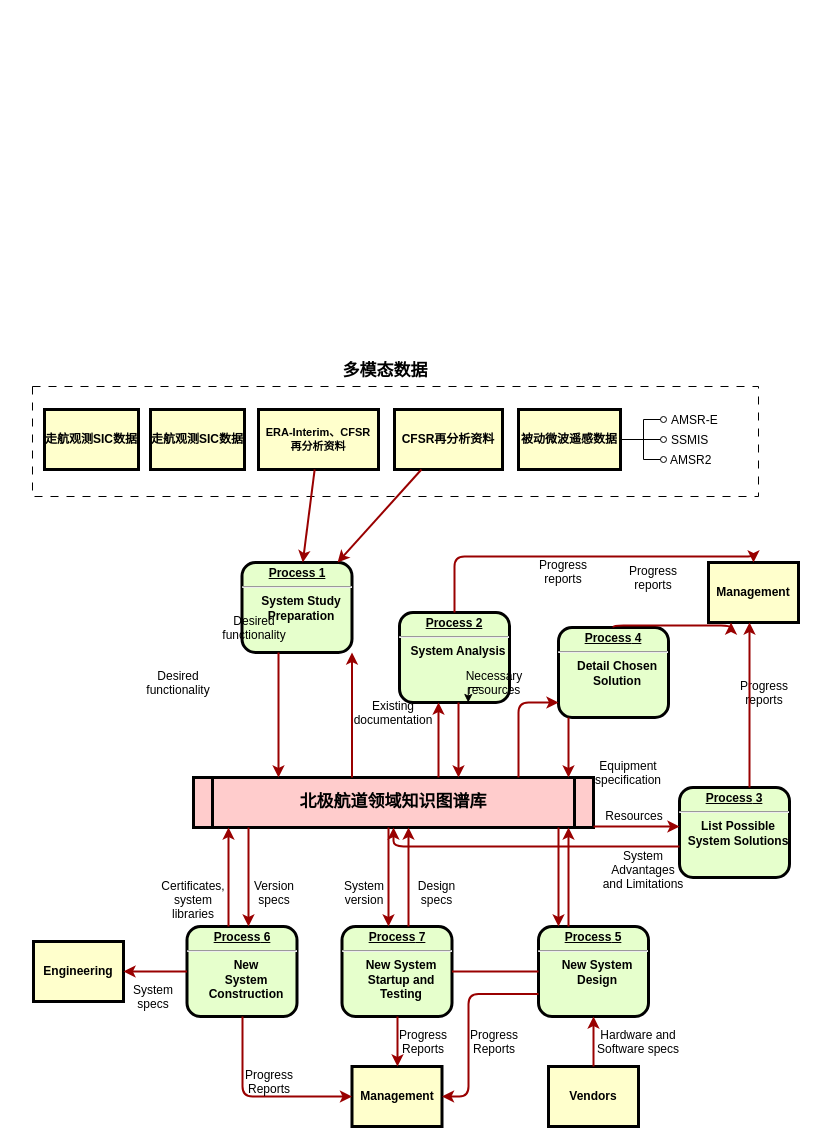
Above: 北极航道.drawio in huxinkan517/DRAW.IO (draw.io), before the change. Source tidied: cells renumbered, new cells numbered last; positions are measured from the earlier drawing's top-left corner, leaving out a move shared by most shapes. Both pictures are drawn from the tidied source at 100%, with x=0, y=0 at pixel (32, 356). Pictures stored in the file or linked from it are replaced by grey dashed boxes.
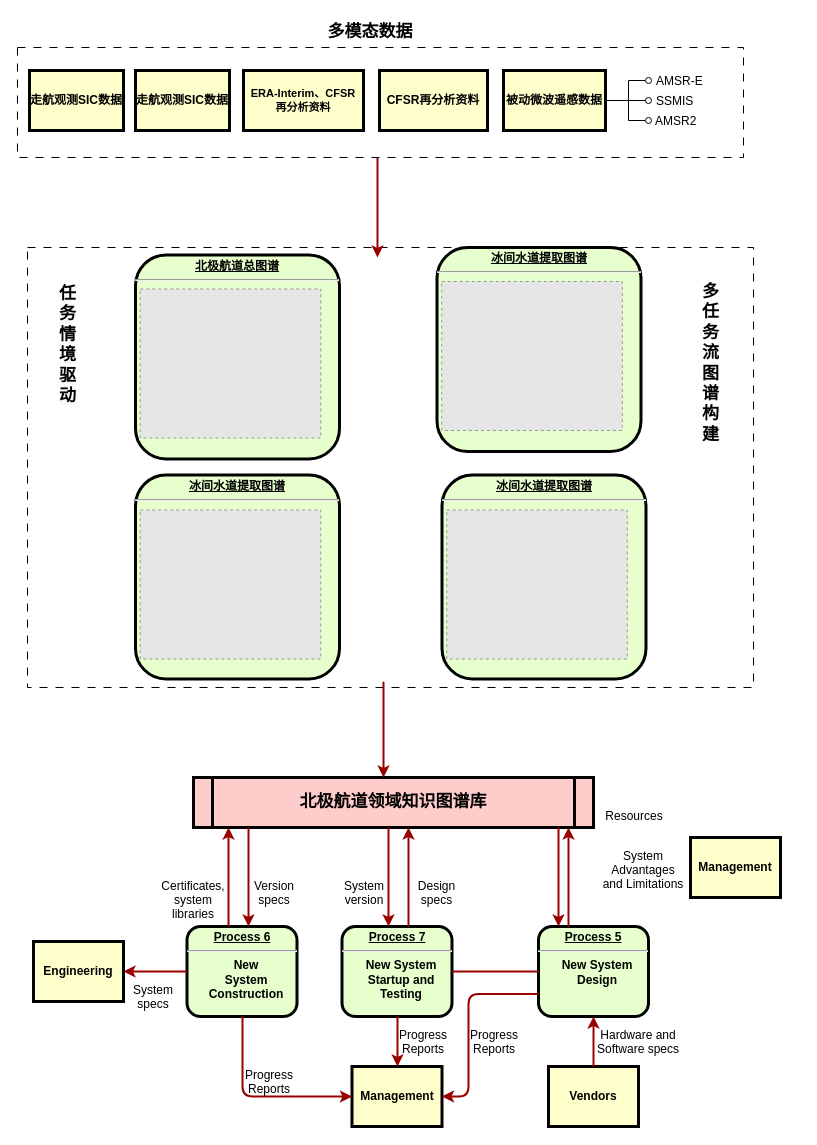
The same page after the edit.

Commit message (it also covers changes not shown here):
更新北极航道.drawio

Unchanged cells that the change refers to:
```xml
<mxCell id="6" value="北极航道领域知识图谱库" style="shape=process;whiteSpace=wrap;align=center;verticalAlign=middle;size=0.0475;fontStyle=1;strokeWidth=3;fillColor=#FFCCCC;fontSize=17;" parent="1" vertex="1">
  <mxGeometry x="161" y="421" width="400" height="50" as="geometry" />
</mxCell>
```

Diff of the diagram source:
```diff
@@
+    <mxCell id="73" style="rounded=0;whiteSpace=wrap;html=1;strokeColor=default;dashed=1;dashPattern=8 8;" parent="1" vertex="1">
+      <mxGeometry x="-5" y="-109" width="726" height="440" as="geometry" />
+    </mxCell>
     <mxCell id="2" style="rounded=0;whiteSpace=wrap;html=1;strokeColor=default;dashed=1;dashPattern=8 8;" parent="1" vertex="1">
-      <mxGeometry y="30" width="726" height="110" as="geometry" />
+      <mxGeometry x="-15" y="-309" width="726" height="110" as="geometry" />
     </mxCell>
-    <mxCell id="3" value="&lt;p style=&quot;margin: 0px; margin-top: 4px; text-align: center; text-decoration: underline;&quot;&gt;&lt;strong&gt;Process 1&lt;br /&gt;&lt;/strong&gt;&lt;/p&gt;&lt;hr /&gt;&lt;p style=&quot;margin: 0px; margin-left: 8px;&quot;&gt;System Study&lt;/p&gt;&lt;p style=&quot;margin: 0px; margin-left: 8px;&quot;&gt;Preparation&lt;/p&gt;" style="verticalAlign=middle;align=center;overflow=fill;fontSize=12;fontFamily=Helvetica;html=1;rounded=1;fontStyle=1;strokeWidth=3;fillColor=#E6FFCC;" parent="1" vertex="1">
-      <mxGeometry x="209.5" y="206" width="110" height="90" as="geometry" />
-    </mxCell>
     <mxCell id="4" value="ERA-Interim、CFSR&#10;再分析资料" style="whiteSpace=wrap;align=center;verticalAlign=middle;fontStyle=1;strokeWidth=3;fillColor=#FFFFCC;fontSize=11;" parent="1" vertex="1">
-      <mxGeometry x="226" y="53" width="120" height="60" as="geometry" />
+      <mxGeometry x="211" y="-286" width="120" height="60" as="geometry" />
     </mxCell>
     <mxCell id="5" value="CFSR再分析资料" style="whiteSpace=wrap;align=center;verticalAlign=middle;fontStyle=1;strokeWidth=3;fillColor=#FFFFCC;fontSize=12;" parent="1" vertex="1">
-      <mxGeometry x="362" y="53" width="108" height="60" as="geometry" />
+      <mxGeometry x="347" y="-286" width="108" height="60" as="geometry" />
     </mxCell>
@@
-    <mxCell id="7" value="&lt;p style=&quot;margin: 0px; margin-top: 4px; text-align: center; text-decoration: underline;&quot;&gt;&lt;strong&gt;Process 2&lt;br /&gt;&lt;/strong&gt;&lt;/p&gt;&lt;hr /&gt;&lt;p style=&quot;margin: 0px; margin-left: 8px;&quot;&gt;System Analysis&lt;/p&gt;" style="verticalAlign=middle;align=center;overflow=fill;fontSize=12;fontFamily=Helvetica;html=1;rounded=1;fontStyle=1;strokeWidth=3;fillColor=#E6FFCC;" parent="1" vertex="1">
-      <mxGeometry x="367" y="256" width="110" height="90" as="geometry" />
-    </mxCell>
-    <mxCell id="8" value="&lt;p style=&quot;margin: 0px; margin-top: 4px; text-align: center; text-decoration: underline;&quot;&gt;&lt;strong&gt;&lt;strong&gt;Process&lt;/strong&gt; 3&lt;br /&gt;&lt;/strong&gt;&lt;/p&gt;&lt;hr /&gt;&lt;p style=&quot;margin: 0px; margin-left: 8px;&quot;&gt;List Possible&lt;/p&gt;&lt;p style=&quot;margin: 0px; margin-left: 8px;&quot;&gt;System Solutions&lt;/p&gt;" style="verticalAlign=middle;align=center;overflow=fill;fontSize=12;fontFamily=Helvetica;html=1;rounded=1;fontStyle=1;strokeWidth=3;fillColor=#E6FFCC;" parent="1" vertex="1">
-      <mxGeometry x="647" y="431" width="110" height="90" as="geometry" />
-    </mxCell>
-    <mxCell id="9" value="&lt;p style=&quot;margin: 0px; margin-top: 4px; text-align: center; text-decoration: underline;&quot;&gt;&lt;strong&gt;&lt;strong&gt;Process&lt;/strong&gt; 4&lt;br /&gt;&lt;/strong&gt;&lt;/p&gt;&lt;hr /&gt;&lt;p style=&quot;margin: 0px; margin-left: 8px;&quot;&gt;Detail Chosen&lt;/p&gt;&lt;p style=&quot;margin: 0px; margin-left: 8px;&quot;&gt;Solution&lt;/p&gt;" style="verticalAlign=middle;align=center;overflow=fill;fontSize=12;fontFamily=Helvetica;html=1;rounded=1;fontStyle=1;strokeWidth=3;fillColor=#E6FFCC;" parent="1" vertex="1">
-      <mxGeometry x="526" y="271" width="110" height="90" as="geometry" />
+    <mxCell id="9" value="&lt;p style=&quot;margin: 0px; margin-top: 4px; text-align: center; text-decoration: underline;&quot;&gt;&lt;strong&gt;冰间水道提取图谱&lt;/strong&gt;&lt;/p&gt;&lt;hr&gt;&lt;p style=&quot;margin: 0px; margin-left: 8px;&quot;&gt;&lt;br&gt;&lt;/p&gt;" style="verticalAlign=middle;align=center;overflow=fill;fontSize=12;fontFamily=Helvetica;html=1;rounded=1;fontStyle=1;strokeWidth=3;fillColor=#E6FFCC;" parent="1" vertex="1">
+      <mxGeometry x="404.5" y="-109" width="204" height="204" as="geometry" />
     </mxCell>
@@
     <mxCell id="12" value="Management" style="whiteSpace=wrap;align=center;verticalAlign=middle;fontStyle=1;strokeWidth=3;fillColor=#FFFFCC;" parent="1" vertex="1">
-      <mxGeometry x="676" y="206" width="90" height="60" as="geometry" />
+      <mxGeometry x="658" y="481" width="90" height="60" as="geometry" />
     </mxCell>
@@
-    <mxCell id="16" style="edgeStyle=none;noEdgeStyle=1;strokeColor=#990000;strokeWidth=2;" parent="1" edge="1" source="4" target="3">
-      <mxGeometry relative="1" as="geometry" />
+    <mxCell id="16" style="edgeStyle=none;noEdgeStyle=1;strokeColor=#990000;strokeWidth=2;" parent="1" edge="1">
+      <mxGeometry relative="1" as="geometry">
+        <mxPoint x="345" y="-199" as="sourcePoint" />
+        <mxPoint x="345" y="-99" as="targetPoint" />
+      </mxGeometry>
     </mxCell>
-    <mxCell id="17" style="edgeStyle=none;noEdgeStyle=1;strokeColor=#990000;strokeWidth=2;" parent="1" edge="1" source="5" target="3">
-      <mxGeometry relative="1" as="geometry" />
-    </mxCell>
@@
-    <mxCell id="20" value="Desired &#10;functionality" style="text;spacingTop=-5;align=center;" parent="1" vertex="1">
-      <mxGeometry x="131" y="311" width="30" height="20" as="geometry" />
-    </mxCell>
-    <mxCell id="21" value="Desired &#10;functionality" style="text;spacingTop=-5;align=center;" parent="1" vertex="1">
-      <mxGeometry x="207" y="256" width="30" height="20" as="geometry" />
-    </mxCell>
-    <mxCell id="22" style="edgeStyle=elbowEdgeStyle;elbow=horizontal;strokeColor=#990000;strokeWidth=2;" parent="1" edge="1" source="6" target="3">
-      <mxGeometry relative="1" as="geometry">
-        <Array as="points">
-          <mxPoint x="226" y="430" />
-        </Array>
-      </mxGeometry>
-    </mxCell>
-    <mxCell id="23" style="edgeStyle=elbowEdgeStyle;elbow=horizontal;strokeColor=#990000;strokeWidth=2;" parent="1" edge="1" source="3" target="6">
+    <mxCell id="23" style="edgeStyle=elbowEdgeStyle;elbow=horizontal;strokeColor=#990000;strokeWidth=2;" parent="1" edge="1">
       <mxGeometry relative="1" as="geometry">
+        <mxPoint x="351" y="351" as="sourcePoint" />
+        <mxPoint x="351" y="421" as="targetPoint" />
         <Array as="points">
-          <mxPoint x="246" y="420" />
+          <mxPoint x="351" y="321" />
         </Array>
       </mxGeometry>
     </mxCell>
-    <mxCell id="24" style="edgeStyle=elbowEdgeStyle;elbow=horizontal;strokeColor=#990000;strokeWidth=2;" parent="1" edge="1" source="6" target="7">
-      <mxGeometry relative="1" as="geometry">
-        <Array as="points">
-          <mxPoint x="406" y="370" />
-        </Array>
-      </mxGeometry>
-    </mxCell>
-    <mxCell id="25" style="edgeStyle=elbowEdgeStyle;elbow=horizontal;strokeColor=#990000;strokeWidth=2;" parent="1" edge="1" source="7" target="6">
-      <mxGeometry relative="1" as="geometry">
-        <Array as="points">
-          <mxPoint x="426" y="380" />
-        </Array>
-      </mxGeometry>
-    </mxCell>
-    <mxCell id="26" value="Existing&#10;documentation" style="text;spacingTop=-5;align=center;" parent="1" vertex="1">
-      <mxGeometry x="346" y="341" width="30" height="20" as="geometry" />
-    </mxCell>
-    <mxCell id="27" style="edgeStyle=orthogonalEdgeStyle;rounded=0;jettySize=auto;html=1;exitX=0;exitY=1;exitDx=0;exitDy=0;entryX=0.625;entryY=1;entryDx=0;entryDy=0;entryPerimeter=0;" parent="1" edge="1" source="28" target="7">
-      <mxGeometry relative="1" as="geometry" />
-    </mxCell>
-    <mxCell id="28" value="Necessary&#10;resources" style="text;spacingTop=-5;align=center;" parent="1" vertex="1">
-      <mxGeometry x="447" y="311" width="30" height="20" as="geometry" />
-    </mxCell>
-    <mxCell id="29" value="Progress&#10;reports" style="text;spacingTop=-5;align=center;" parent="1" vertex="1">
-      <mxGeometry x="516" y="200" width="30" height="20" as="geometry" />
-    </mxCell>
-    <mxCell id="30" value="Progress&#10;reports" style="text;spacingTop=-5;align=center;" parent="1" vertex="1">
-      <mxGeometry x="606" y="206" width="30" height="20" as="geometry" />
-    </mxCell>
-    <mxCell id="31" value="Progress&#10;reports" style="text;spacingTop=-5;align=center;" parent="1" vertex="1">
-      <mxGeometry x="717" y="321" width="30" height="20" as="geometry" />
-    </mxCell>
-    <mxCell id="32" style="edgeStyle=elbowEdgeStyle;elbow=horizontal;strokeColor=#990000;strokeWidth=2;" parent="1" edge="1" source="7" target="12">
-      <mxGeometry relative="1" as="geometry">
-        <Array as="points">
-          <mxPoint x="576" y="200" />
-          <mxPoint x="411" y="200" />
-        </Array>
-      </mxGeometry>
-    </mxCell>
-    <mxCell id="33" style="edgeStyle=elbowEdgeStyle;elbow=vertical;entryX=0.25;entryY=1;strokeColor=#990000;strokeWidth=2;" parent="1" edge="1" source="9" target="12">
-      <mxGeometry relative="1" as="geometry" />
-    </mxCell>
-    <mxCell id="34" style="edgeStyle=elbowEdgeStyle;elbow=horizontal;strokeColor=#990000;strokeWidth=2;" parent="1" edge="1" source="8" target="12">
-      <mxGeometry relative="1" as="geometry" />
-    </mxCell>
-    <mxCell id="35" style="edgeStyle=elbowEdgeStyle;elbow=horizontal;strokeColor=#990000;strokeWidth=2;" parent="1" edge="1" source="9" target="6">
-      <mxGeometry relative="1" as="geometry">
-        <Array as="points">
-          <mxPoint x="536" y="420" />
-        </Array>
-      </mxGeometry>
-    </mxCell>
-    <mxCell id="36" style="edgeStyle=segmentEdgeStyle;strokeColor=#990000;strokeWidth=2;" parent="1" edge="1" source="6" target="9">
-      <mxGeometry relative="1" as="geometry">
-        <Array as="points">
-          <mxPoint x="486" y="346" />
-        </Array>
-      </mxGeometry>
-    </mxCell>
-    <mxCell id="37" value="Equipment&#10;specification" style="text;spacingTop=-5;align=center;" parent="1" vertex="1">
-      <mxGeometry x="581" y="401" width="30" height="20" as="geometry" />
-    </mxCell>
-    <mxCell id="38" style="edgeStyle=elbowEdgeStyle;elbow=vertical;strokeColor=#990000;strokeWidth=2;" parent="1" edge="1" source="6" target="8">
-      <mxGeometry relative="1" as="geometry">
-        <Array as="points">
-          <mxPoint x="616" y="470" />
-        </Array>
-      </mxGeometry>
-    </mxCell>
-    <mxCell id="39" style="edgeStyle=elbowEdgeStyle;elbow=vertical;strokeColor=#990000;strokeWidth=2;" parent="1" edge="1" source="8" target="6">
-      <mxGeometry relative="1" as="geometry">
-        <Array as="points">
-          <mxPoint x="616" y="490" />
-        </Array>
-      </mxGeometry>
-    </mxCell>
@@
     <mxCell id="62" style="edgeStyle=orthogonalEdgeStyle;rounded=0;jettySize=auto;html=1;exitX=1;exitY=0.5;exitDx=0;exitDy=0;endArrow=oval;endFill=0;" parent="1" edge="1" source="64">
       <mxGeometry relative="1" as="geometry">
-        <mxPoint x="631" y="63" as="targetPoint" />
+        <mxPoint x="616" y="-276" as="targetPoint" />
         <Array as="points">
-          <mxPoint x="611" y="83" />
-          <mxPoint x="611" y="63" />
+          <mxPoint x="596" y="-256" />
+          <mxPoint x="596" y="-276" />
         </Array>
       </mxGeometry>
     </mxCell>
     <mxCell id="63" style="edgeStyle=orthogonalEdgeStyle;rounded=0;jettySize=auto;html=1;exitX=1;exitY=0.5;exitDx=0;exitDy=0;endArrow=oval;endFill=0;" parent="1" edge="1" source="64">
       <mxGeometry relative="1" as="geometry">
-        <mxPoint x="631" y="83" as="targetPoint" />
+        <mxPoint x="616" y="-256" as="targetPoint" />
       </mxGeometry>
     </mxCell>
     <mxCell id="64" value="被动微波遥感数据" style="whiteSpace=wrap;align=center;verticalAlign=middle;fontStyle=1;strokeWidth=3;fillColor=#FFFFCC;fontSize=12;" parent="1" vertex="1">
-      <mxGeometry x="486" y="53" width="102" height="60" as="geometry" />
+      <mxGeometry x="471" y="-286" width="102" height="60" as="geometry" />
     </mxCell>
     <mxCell id="65" style="edgeStyle=orthogonalEdgeStyle;rounded=0;jettySize=auto;html=1;exitX=1;exitY=0.5;exitDx=0;exitDy=0;endArrow=oval;endFill=0;" parent="1" edge="1" source="64">
       <mxGeometry relative="1" as="geometry">
-        <mxPoint x="631" y="103" as="targetPoint" />
+        <mxPoint x="616" y="-236" as="targetPoint" />
         <Array as="points">
-          <mxPoint x="611" y="83" />
-          <mxPoint x="611" y="103" />
+          <mxPoint x="596" y="-256" />
+          <mxPoint x="596" y="-236" />
         </Array>
       </mxGeometry>
     </mxCell>
     <mxCell id="66" value="&lt;span style=&quot;color: rgb(0, 0, 0); font-family: Helvetica; font-size: 12px; font-style: normal; font-variant-ligatures: normal; font-variant-caps: normal; font-weight: 400; letter-spacing: normal; orphans: 2; text-align: left; text-indent: 0px; text-transform: none; widows: 2; word-spacing: 0px; -webkit-text-stroke-width: 0px; background-color: rgb(251, 251, 251); text-decoration-thickness: initial; text-decoration-style: initial; text-decoration-color: initial; float: none; display: inline !important;&quot;&gt;SSMIS&lt;/span&gt;" style="text;whiteSpace=wrap;html=1;" parent="1" vertex="1">
-      <mxGeometry x="637" y="70" width="80" height="40" as="geometry" />
+      <mxGeometry x="622" y="-269" width="80" height="40" as="geometry" />
     </mxCell>
     <mxCell id="67" value="AMSR-E" style="text;whiteSpace=wrap;html=1;" parent="1" vertex="1">
-      <mxGeometry x="637" y="50" width="70" height="40" as="geometry" />
+      <mxGeometry x="622" y="-289" width="70" height="40" as="geometry" />
     </mxCell>
     <mxCell id="68" value="AMSR2" style="text;whiteSpace=wrap;html=1;" parent="1" vertex="1">
-      <mxGeometry x="636" y="90" width="70" height="40" as="geometry" />
+      <mxGeometry x="621" y="-249" width="70" height="40" as="geometry" />
     </mxCell>
     <mxCell id="69" value="&lt;font style=&quot;font-size: 17px;&quot;&gt;多模态数据&lt;/font&gt;" style="text;html=1;strokeColor=none;fillColor=none;align=center;verticalAlign=middle;whiteSpace=wrap;rounded=0;fontStyle=1;" parent="1" vertex="1">
-      <mxGeometry x="285.5" width="134" height="30" as="geometry" />
+      <mxGeometry x="270.5" y="-339" width="134" height="30" as="geometry" />
     </mxCell>
     <mxCell id="70" value="&lt;p&gt;&lt;br&gt;&lt;/p&gt;" style="text;whiteSpace=wrap;html=1;" parent="1" vertex="1">
-      <mxGeometry x="117" y="73" width="120" height="40" as="geometry" />
+      <mxGeometry x="102" y="-266" width="120" height="40" as="geometry" />
     </mxCell>
     <mxCell id="71" value="走航观测SIC数据" style="whiteSpace=wrap;align=center;verticalAlign=middle;fontStyle=1;strokeWidth=3;fillColor=#FFFFCC;fontSize=12;" parent="1" vertex="1">
-      <mxGeometry x="118" y="53" width="94" height="60" as="geometry" />
+      <mxGeometry x="103" y="-286" width="94" height="60" as="geometry" />
     </mxCell>
     <mxCell id="72" value="走航观测SIC数据" style="whiteSpace=wrap;align=center;verticalAlign=middle;fontStyle=1;strokeWidth=3;fillColor=#FFFFCC;fontSize=12;" parent="1" vertex="1">
-      <mxGeometry x="12" y="53" width="94" height="60" as="geometry" />
+      <mxGeometry x="-3" y="-286" width="94" height="60" as="geometry" />
     </mxCell>
+    <mxCell id="74" style="fillColor=#E6E6E6;strokeColor=#999999;dashed=1;verticalLabelPosition=bottom;verticalAlign=top;" parent="1" vertex="1">
+      <mxGeometry x="409.2" y="-75" width="180.6" height="149" as="geometry" />
+    </mxCell>
+    <mxCell id="75" value="&lt;p style=&quot;margin: 0px; margin-top: 4px; text-align: center; text-decoration: underline;&quot;&gt;&lt;strong&gt;北极航道总图谱&lt;/strong&gt;&lt;/p&gt;&lt;hr&gt;&lt;p style=&quot;margin: 0px; margin-left: 8px;&quot;&gt;&lt;br&gt;&lt;/p&gt;" style="verticalAlign=middle;align=center;overflow=fill;fontSize=12;fontFamily=Helvetica;html=1;rounded=1;fontStyle=1;strokeWidth=3;fillColor=#E6FFCC;" parent="1" vertex="1">
+      <mxGeometry x="103" y="-101.5" width="204" height="204" as="geometry" />
+    </mxCell>
+    <mxCell id="76" style="fillColor=#E6E6E6;strokeColor=#999999;dashed=1;verticalLabelPosition=bottom;verticalAlign=top;" parent="1" vertex="1">
+      <mxGeometry x="107.7" y="-67.5" width="180.6" height="149" as="geometry" />
+    </mxCell>
+    <mxCell id="77" value="&lt;p style=&quot;margin: 0px; margin-top: 4px; text-align: center; text-decoration: underline;&quot;&gt;&lt;strong&gt;冰间水道提取图谱&lt;/strong&gt;&lt;/p&gt;&lt;hr&gt;&lt;p style=&quot;margin: 0px; margin-left: 8px;&quot;&gt;&lt;br&gt;&lt;/p&gt;" style="verticalAlign=middle;align=center;overflow=fill;fontSize=12;fontFamily=Helvetica;html=1;rounded=1;fontStyle=1;strokeWidth=3;fillColor=#E6FFCC;" parent="1" vertex="1">
+      <mxGeometry x="103" y="118.5" width="204" height="204" as="geometry" />
+    </mxCell>
+    <mxCell id="78" style="fillColor=#E6E6E6;strokeColor=#999999;dashed=1;verticalLabelPosition=bottom;verticalAlign=top;" parent="1" vertex="1">
+      <mxGeometry x="107.7" y="153.5" width="180.6" height="149" as="geometry" />
+    </mxCell>
+    <mxCell id="79" value="&lt;p style=&quot;margin: 0px; margin-top: 4px; text-align: center; text-decoration: underline;&quot;&gt;&lt;strong&gt;冰间水道提取图谱&lt;/strong&gt;&lt;/p&gt;&lt;hr&gt;&lt;p style=&quot;margin: 0px; margin-left: 8px;&quot;&gt;&lt;br&gt;&lt;/p&gt;" style="verticalAlign=middle;align=center;overflow=fill;fontSize=12;fontFamily=Helvetica;html=1;rounded=1;fontStyle=1;strokeWidth=3;fillColor=#E6FFCC;" parent="1" vertex="1">
+      <mxGeometry x="409.5" y="118.5" width="204" height="204" as="geometry" />
+    </mxCell>
+    <mxCell id="80" style="fillColor=#E6E6E6;strokeColor=#999999;dashed=1;verticalLabelPosition=bottom;verticalAlign=top;" parent="1" vertex="1">
+      <mxGeometry x="414.2" y="153.5" width="180.6" height="149" as="geometry" />
+    </mxCell>
+    <mxCell id="81" value="&lt;font style=&quot;font-size: 17px;&quot;&gt;多任务流图谱构建&lt;/font&gt;" style="text;html=1;strokeColor=none;fillColor=none;align=center;verticalAlign=middle;whiteSpace=wrap;rounded=0;fontStyle=1;" parent="1" vertex="1">
+      <mxGeometry x="664.5" y="-8" width="26.5" height="30" as="geometry" />
+    </mxCell>
+    <mxCell id="82" value="&lt;span style=&quot;color: rgb(0, 0, 0); font-family: Helvetica; font-size: 17px; font-style: normal; font-variant-ligatures: normal; font-variant-caps: normal; font-weight: 700; letter-spacing: normal; orphans: 2; text-align: center; text-indent: 0px; text-transform: none; widows: 2; word-spacing: 0px; -webkit-text-stroke-width: 0px; background-color: rgb(251, 251, 251); text-decoration-thickness: initial; text-decoration-style: initial; text-decoration-color: initial; float: none; display: inline !important;&quot;&gt;任务情境驱动&lt;/span&gt;" style="text;whiteSpace=wrap;html=1;" parent="1" vertex="1">
+      <mxGeometry x="25" y="-79" width="20" height="40" as="geometry" />
+    </mxCell>
```
